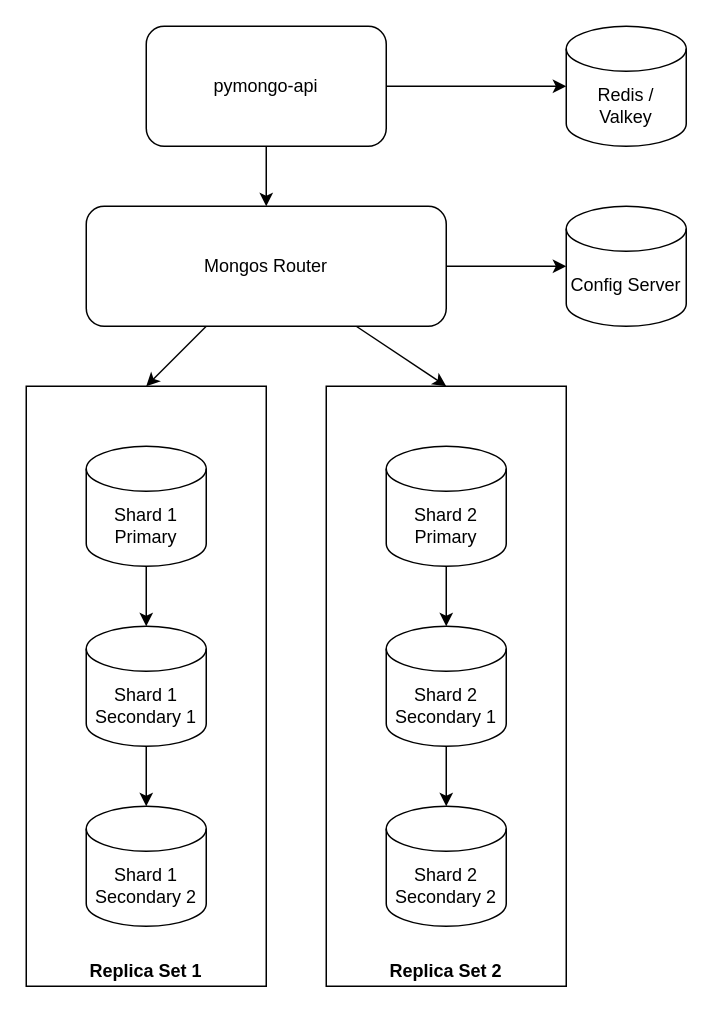
Before: Task1/v3-add-cache.drawio in Ondrya/architecture-black_friday, a draw.io diagram. Source tidied: cells renumbered, new cells numbered last; positions are measured from the earlier drawing's top-left corner, leaving out a move shared by most shapes. Both pictures are drawn from the tidied source at 150%, with x=0, y=0 at pixel (26, 26).
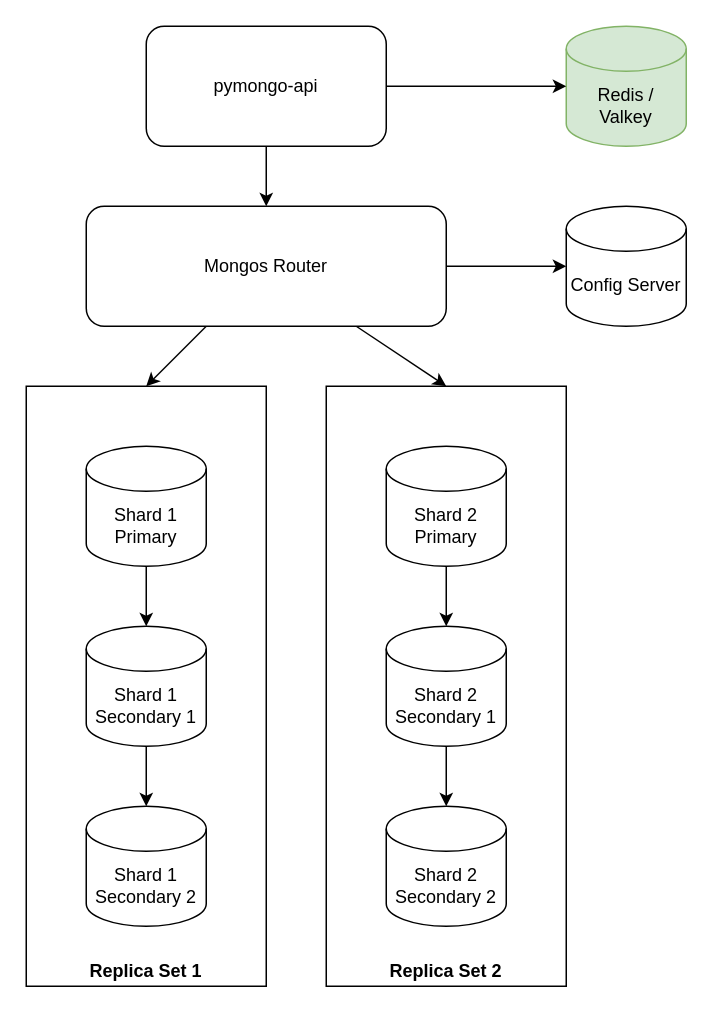
The same diagram, later.

Change to the diagram source:
```diff
@@
-    <mxCell id="23" value="Redis / &lt;br&gt;Valkey" style="shape=cylinder3;whiteSpace=wrap;html=1;boundedLbl=1;backgroundOutline=1;size=15;" parent="1" vertex="1">
+    <mxCell id="23" value="Redis / &lt;br&gt;Valkey" style="shape=cylinder3;whiteSpace=wrap;html=1;boundedLbl=1;backgroundOutline=1;size=15;fillColor=#d5e8d4;strokeColor=#82b366;" parent="1" vertex="1">
       <mxGeometry x="360" width="80" height="80" as="geometry" />
     </mxCell>
```
